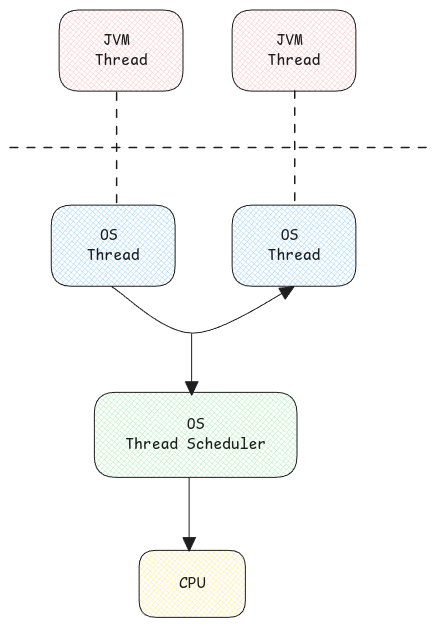
Earlier version of the Excalidraw export static/img/java-thread-os-thread.excalidraw.png (swaroopar/inprogress-engineer). Source tidied: one line per element, renumbered; positions are measured from the earlier drawing's top-left corner, leaving out a move shared by most shapes. The source it was exported from:
```json
{"id": 0, "type": "rectangle", "strokeColor": "#1e1e1e", "backgroundColor": "#ffc9c9", "fillStyle": "cross-hatch", "strokeWidth": 1, "roughness": 0, "round": true, "x": 49, "y": 0, "width": 124, "height": 81}
{"id": 1, "type": "text", "text": "JVM \nThread", "strokeColor": "#1e1e1e", "strokeWidth": 2, "roughness": 1, "fontSize": 16, "fontFamily": 8, "textAlign": "center", "verticalAlign": "middle", "inside": 0, "x": 85, "y": 21, "width": 53, "height": 40}
{"id": 2, "type": "line", "strokeColor": "#1e1e1e", "strokeWidth": 1, "strokeStyle": "dashed", "roughness": 0, "endArrowhead": "triangle", "round": true, "x": 0, "y": 138, "width": 419, "height": 0, "points": [[0, 0], [419, 0]]}
{"id": 3, "type": "rectangle", "strokeColor": "#1e1e1e", "backgroundColor": "#a5d8ff", "fillStyle": "cross-hatch", "strokeWidth": 1, "roughness": 0, "round": true, "x": 41, "y": 195, "width": 124, "height": 81}
{"id": 4, "type": "text", "text": "OS \nThread", "strokeColor": "#1e1e1e", "strokeWidth": 2, "roughness": 1, "fontSize": 16, "fontFamily": 8, "textAlign": "center", "verticalAlign": "middle", "inside": 3, "x": 77, "y": 216, "width": 53, "height": 40}
{"id": 5, "type": "rectangle", "strokeColor": "#1e1e1e", "backgroundColor": "#ffc9c9", "fillStyle": "cross-hatch", "strokeWidth": 1, "roughness": 0, "round": true, "x": 222, "y": 0, "width": 124, "height": 81}
{"id": 6, "type": "text", "text": "JVM \nThread", "strokeColor": "#1e1e1e", "strokeWidth": 2, "roughness": 1, "fontSize": 16, "fontFamily": 8, "textAlign": "center", "verticalAlign": "middle", "inside": 5, "x": 258, "y": 21, "width": 53, "height": 40}
{"id": 7, "type": "rectangle", "strokeColor": "#1e1e1e", "backgroundColor": "#a5d8ff", "fillStyle": "cross-hatch", "strokeWidth": 1, "roughness": 0, "round": true, "x": 222, "y": 195, "width": 124, "height": 81}
{"id": 8, "type": "text", "text": "OS \nThread", "strokeColor": "#1e1e1e", "strokeWidth": 2, "roughness": 1, "fontSize": 16, "fontFamily": 8, "textAlign": "center", "verticalAlign": "middle", "inside": 7, "x": 258, "y": 216, "width": 53, "height": 40}
{"id": 9, "type": "line", "strokeColor": "#1e1e1e", "strokeWidth": 1, "strokeStyle": "dashed", "roughness": 0, "endArrowhead": "triangle", "round": true, "x": 107, "y": 82, "width": 0, "height": 113, "points": [[0, 0], [0, 113]]}
{"id": 10, "type": "line", "strokeColor": "#1e1e1e", "strokeWidth": 1, "strokeStyle": "dashed", "roughness": 0, "endArrowhead": "triangle", "round": true, "x": 285, "y": 81, "width": 0, "height": 115, "points": [[0, 0], [0, 115]]}
{"id": 11, "type": "arrow", "strokeColor": "#1e1e1e", "strokeWidth": 1, "roughness": 0, "endArrowhead": "triangle", "round": true, "from": 3, "to": 7, "x": 102, "y": 277, "width": 182, "height": 46, "points": [[0, 0], [81, 46], [182, 0]]}
{"id": 12, "type": "rectangle", "strokeColor": "#1e1e1e", "backgroundColor": "#b2f2bb", "fillStyle": "cross-hatch", "strokeWidth": 1, "roughness": 0, "round": true, "x": 84, "y": 382, "width": 203, "height": 85}
{"id": 13, "type": "text", "text": "OS\nThread Scheduler", "strokeColor": "#1e1e1e", "strokeWidth": 2, "roughness": 1, "fontSize": 16, "fontFamily": 8, "textAlign": "center", "verticalAlign": "middle", "inside": 12, "x": 115, "y": 405, "width": 141, "height": 40}
{"id": 14, "type": "arrow", "strokeColor": "#1e1e1e", "strokeWidth": 1, "roughness": 0, "endArrowhead": "triangle", "round": true, "x": 182, "y": 324, "width": 0, "height": 61, "points": [[0, 0], [0, 61]]}
{"id": 15, "type": "rectangle", "strokeColor": "#1e1e1e", "backgroundColor": "#ffec99", "fillStyle": "cross-hatch", "strokeWidth": 1, "roughness": 0, "round": true, "x": 129, "y": 540, "width": 106, "height": 67}
{"id": 16, "type": "text", "text": "CPU", "strokeColor": "#1e1e1e", "strokeWidth": 2, "roughness": 1, "fontSize": 16, "fontFamily": 8, "textAlign": "center", "verticalAlign": "middle", "inside": 15, "x": 169, "y": 564, "width": 26, "height": 20}
{"id": 17, "type": "arrow", "strokeColor": "#1e1e1e", "strokeWidth": 1, "roughness": 0, "endArrowhead": "triangle", "round": true, "x": 179, "y": 468, "width": 0, "height": 74, "points": [[0, 0], [0, 74]]}
```
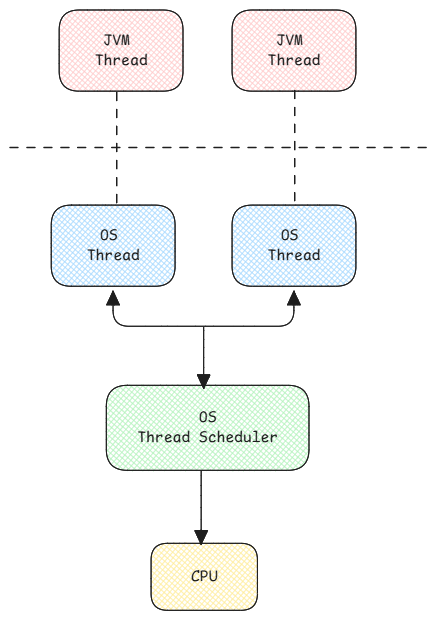
The same diagram one commit later.

Change to the diagram source:
```diff
@@ -9,10 +9,10 @@
 {"id": 8, "type": "text", "text": "OS \nThread", "strokeColor": "#1e1e1e", "strokeWidth": 2, "roughness": 1, "fontSize": 16, "fontFamily": 8, "textAlign": "center", "verticalAlign": "middle", "inside": 7, "x": 258, "y": 216, "width": 53, "height": 40}
 {"id": 9, "type": "line", "strokeColor": "#1e1e1e", "strokeWidth": 1, "strokeStyle": "dashed", "roughness": 0, "endArrowhead": "triangle", "round": true, "x": 107, "y": 82, "width": 0, "height": 113, "points": [[0, 0], [0, 113]]}
 {"id": 10, "type": "line", "strokeColor": "#1e1e1e", "strokeWidth": 1, "strokeStyle": "dashed", "roughness": 0, "endArrowhead": "triangle", "round": true, "x": 285, "y": 81, "width": 0, "height": 115, "points": [[0, 0], [0, 115]]}
-{"id": 11, "type": "arrow", "strokeColor": "#1e1e1e", "strokeWidth": 1, "roughness": 0, "endArrowhead": "triangle", "round": true, "from": 3, "to": 7, "x": 102, "y": 277, "width": 182, "height": 46, "points": [[0, 0], [81, 46], [182, 0]]}
+{"id": 11, "type": "arrow", "strokeColor": "#1e1e1e", "strokeWidth": 1, "roughness": 0, "startArrowhead": "triangle", "endArrowhead": "triangle", "from": 3, "to": 7, "x": 103, "y": 281, "width": 181, "height": 35, "points": [[0, 0], [0, 35], [181, 35], [181, 0]]}
-{"id": 12, "type": "rectangle", "strokeColor": "#1e1e1e", "backgroundColor": "#b2f2bb", "fillStyle": "cross-hatch", "strokeWidth": 1, "roughness": 0, "round": true, "x": 84, "y": 382, "width": 203, "height": 85}
+{"id": 12, "type": "rectangle", "strokeColor": "#1e1e1e", "backgroundColor": "#b2f2bb", "fillStyle": "cross-hatch", "strokeWidth": 1, "roughness": 0, "round": true, "x": 96, "y": 375, "width": 203, "height": 85}
-{"id": 13, "type": "text", "text": "OS\nThread Scheduler", "strokeColor": "#1e1e1e", "strokeWidth": 2, "roughness": 1, "fontSize": 16, "fontFamily": 8, "textAlign": "center", "verticalAlign": "middle", "inside": 12, "x": 115, "y": 405, "width": 141, "height": 40}
+{"id": 13, "type": "text", "text": "OS\nThread Scheduler", "strokeColor": "#1e1e1e", "strokeWidth": 2, "roughness": 1, "fontSize": 16, "fontFamily": 8, "textAlign": "center", "verticalAlign": "middle", "inside": 12, "x": 127, "y": 398, "width": 141, "height": 40}
-{"id": 14, "type": "arrow", "strokeColor": "#1e1e1e", "strokeWidth": 1, "roughness": 0, "endArrowhead": "triangle", "round": true, "x": 182, "y": 324, "width": 0, "height": 61, "points": [[0, 0], [0, 61]]}
+{"id": 14, "type": "arrow", "strokeColor": "#1e1e1e", "strokeWidth": 1, "roughness": 0, "endArrowhead": "triangle", "round": true, "x": 194, "y": 317, "width": 0, "height": 61, "points": [[0, 0], [0, 61]]}
-{"id": 15, "type": "rectangle", "strokeColor": "#1e1e1e", "backgroundColor": "#ffec99", "fillStyle": "cross-hatch", "strokeWidth": 1, "roughness": 0, "round": true, "x": 129, "y": 540, "width": 106, "height": 67}
+{"id": 15, "type": "rectangle", "strokeColor": "#1e1e1e", "backgroundColor": "#ffec99", "fillStyle": "cross-hatch", "strokeWidth": 1, "roughness": 0, "round": true, "x": 141, "y": 533, "width": 106, "height": 67}
-{"id": 16, "type": "text", "text": "CPU", "strokeColor": "#1e1e1e", "strokeWidth": 2, "roughness": 1, "fontSize": 16, "fontFamily": 8, "textAlign": "center", "verticalAlign": "middle", "inside": 15, "x": 169, "y": 564, "width": 26, "height": 20}
+{"id": 16, "type": "text", "text": "CPU", "strokeColor": "#1e1e1e", "strokeWidth": 2, "roughness": 1, "fontSize": 16, "fontFamily": 8, "textAlign": "center", "verticalAlign": "middle", "inside": 15, "x": 181, "y": 557, "width": 26, "height": 20}
-{"id": 17, "type": "arrow", "strokeColor": "#1e1e1e", "strokeWidth": 1, "roughness": 0, "endArrowhead": "triangle", "round": true, "x": 179, "y": 468, "width": 0, "height": 74, "points": [[0, 0], [0, 74]]}
+{"id": 17, "type": "arrow", "strokeColor": "#1e1e1e", "strokeWidth": 1, "roughness": 0, "endArrowhead": "triangle", "round": true, "x": 191, "y": 461, "width": 0, "height": 74, "points": [[0, 0], [0, 74]]}
```
